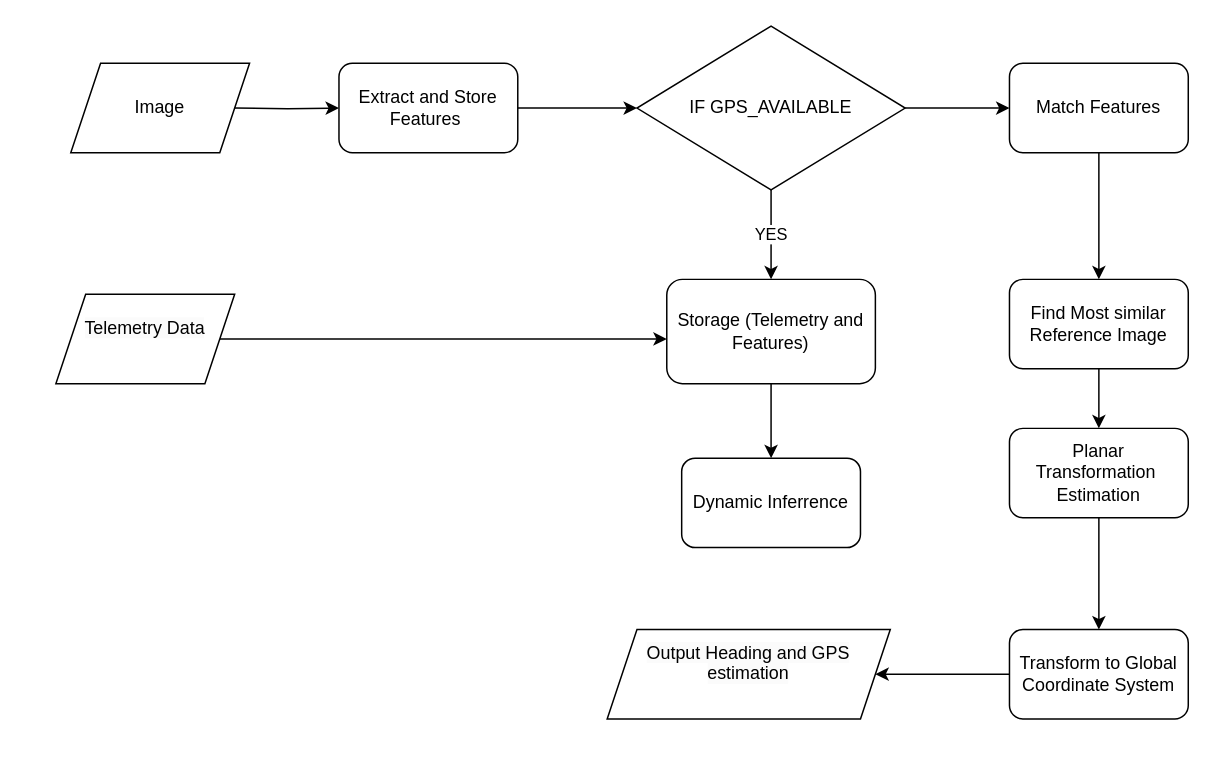
This is Untitled Diagram.drawio from Samshabz/Skripsie, a draw.io file, before an edit. Source tidied: cells renumbered, new cells numbered last; positions are measured from the earlier drawing's top-left corner, leaving out a move shared by most shapes. Both pictures are drawn from the tidied source at 149%, with x=0, y=0 at pixel (55, 25).
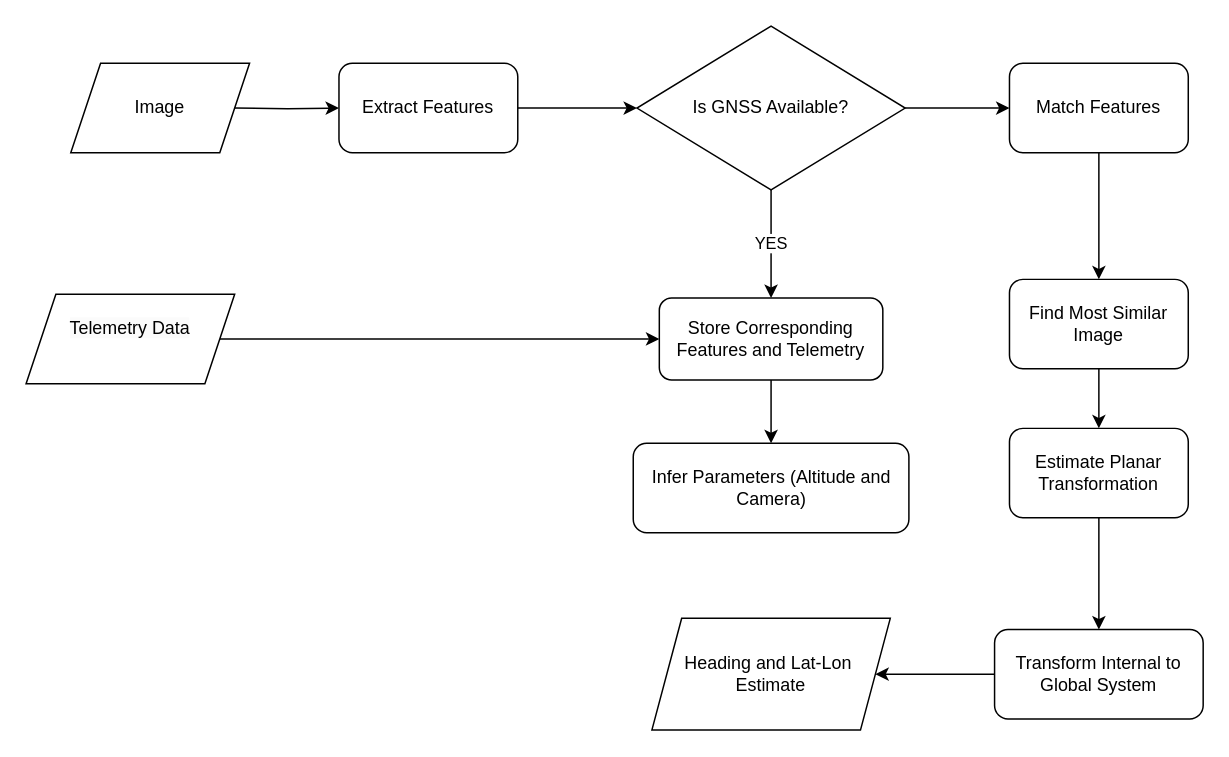
After the change.

Diff of the diagram source:
```diff
@@
-    <mxCell id="4" value="Extract and Store Features&amp;nbsp;" style="rounded=1;whiteSpace=wrap;html=1;" parent="1" vertex="1">
+    <mxCell id="4" value="Extract Features" style="rounded=1;whiteSpace=wrap;html=1;" parent="1" vertex="1">
       <mxGeometry x="190" y="25" width="120" height="60" as="geometry" />
     </mxCell>
@@
-    <mxCell id="6" value="Find Most similar Reference Image" style="rounded=1;whiteSpace=wrap;html=1;" parent="1" vertex="1">
+    <mxCell id="6" value="Find Most Similar Image" style="rounded=1;whiteSpace=wrap;html=1;" parent="1" vertex="1">
       <mxGeometry x="640" y="170" width="120" height="60" as="geometry" />
     </mxCell>
@@
-    <mxCell id="10" value="Planar Transformation&amp;nbsp;&lt;div&gt;Estimation&lt;/div&gt;" style="rounded=1;whiteSpace=wrap;html=1;" parent="1" vertex="1">
+    <mxCell id="10" value="Estimate Planar Transformation" style="rounded=1;whiteSpace=wrap;html=1;" parent="1" vertex="1">
       <mxGeometry x="640" y="270" width="120" height="60" as="geometry" />
     </mxCell>
@@
-    <mxCell id="12" value="Transform to Global Coordinate System" style="rounded=1;whiteSpace=wrap;html=1;" parent="1" vertex="1">
-      <mxGeometry x="640" y="405" width="120" height="60" as="geometry" />
+    <mxCell id="12" value="Transform Internal to Global System" style="rounded=1;whiteSpace=wrap;html=1;" parent="1" vertex="1">
+      <mxGeometry x="630" y="405" width="140" height="60" as="geometry" />
     </mxCell>
@@
-    <mxCell id="16" value="IF GPS_AVAILABLE" style="rhombus;whiteSpace=wrap;html=1;" parent="1" vertex="1">
+    <mxCell id="16" value="Is GNSS Available?" style="rhombus;whiteSpace=wrap;html=1;" parent="1" vertex="1">
       <mxGeometry x="390" width="180" height="110" as="geometry" />
     </mxCell>
-    <mxCell id="17" style="edgeStyle=orthogonalEdgeStyle;rounded=0;jettySize=auto;html=1;" parent="1" edge="1" source="18">
-      <mxGeometry relative="1" as="geometry">
-        <mxPoint x="410" y="210" as="targetPoint" />
-      </mxGeometry>
-    </mxCell>
+    <mxCell id="23" style="edgeStyle=orthogonalEdgeStyle;rounded=0;jettySize=auto;html=1;" parent="1" edge="1" source="18" target="22">
+      <mxGeometry relative="1" as="geometry" />
+    </mxCell>
     <mxCell id="18" value="&#10;&lt;span style=&quot;color: rgb(0, 0, 0); font-family: Helvetica; font-size: 12px; font-style: normal; font-variant-ligatures: normal; font-variant-caps: normal; font-weight: 400; letter-spacing: normal; orphans: 2; text-align: center; text-indent: 0px; text-transform: none; widows: 2; word-spacing: 0px; -webkit-text-stroke-width: 0px; white-space: normal; background-color: rgb(251, 251, 251); text-decoration-thickness: initial; text-decoration-style: initial; text-decoration-color: initial; display: inline !important; float: none;&quot;&gt;Telemetry Data&lt;/span&gt;&#10;&#10;" style="shape=parallelogram;perimeter=parallelogramPerimeter;whiteSpace=wrap;html=1;fixedSize=1;" parent="1" vertex="1">
-      <mxGeometry y="180" width="120" height="60" as="geometry" />
+      <mxGeometry x="-20" y="180" width="140" height="60" as="geometry" />
     </mxCell>
-    <mxCell id="19" value="&#10;&lt;span style=&quot;color: rgb(0, 0, 0); font-family: Helvetica; font-size: 12px; font-style: normal; font-variant-ligatures: normal; font-variant-caps: normal; font-weight: 400; letter-spacing: normal; orphans: 2; text-align: center; text-indent: 0px; text-transform: none; widows: 2; word-spacing: 0px; -webkit-text-stroke-width: 0px; white-space: normal; background-color: rgb(251, 251, 251); text-decoration-thickness: initial; text-decoration-style: initial; text-decoration-color: initial; display: inline !important; float: none;&quot;&gt;Output Heading and GPS estimation&lt;/span&gt;&#10;&#10;" style="shape=parallelogram;perimeter=parallelogramPerimeter;whiteSpace=wrap;html=1;fixedSize=1;" parent="1" vertex="1">
-      <mxGeometry x="370" y="405" width="190" height="60" as="geometry" />
+    <mxCell id="19" value="Heading and Lat-Lon&amp;nbsp;&lt;div&gt;Estimate&lt;/div&gt;" style="shape=parallelogram;perimeter=parallelogramPerimeter;whiteSpace=wrap;html=1;fixedSize=1;" parent="1" vertex="1">
+      <mxGeometry x="400" y="397.5" width="160" height="75" as="geometry" />
     </mxCell>
-    <mxCell id="20" value="Dynamic Inferrence" style="rounded=1;whiteSpace=wrap;html=1;" parent="1" vertex="1">
-      <mxGeometry x="420" y="290" width="120" height="60" as="geometry" />
+    <mxCell id="20" value="Infer Parameters (Altitude and Camera)" style="rounded=1;whiteSpace=wrap;html=1;" parent="1" vertex="1">
+      <mxGeometry x="387.5" y="280" width="185" height="60" as="geometry" />
     </mxCell>
@@
-    <mxCell id="22" value="Storage (Telemetry and Features)" style="rounded=1;whiteSpace=wrap;html=1;" parent="1" vertex="1">
-      <mxGeometry x="410" y="170" width="140" height="70" as="geometry" />
+    <mxCell id="22" value="Store Corresponding Features and Telemetry" style="rounded=1;whiteSpace=wrap;html=1;" parent="1" vertex="1">
+      <mxGeometry x="405" y="182.5" width="150" height="55" as="geometry" />
     </mxCell>
```
